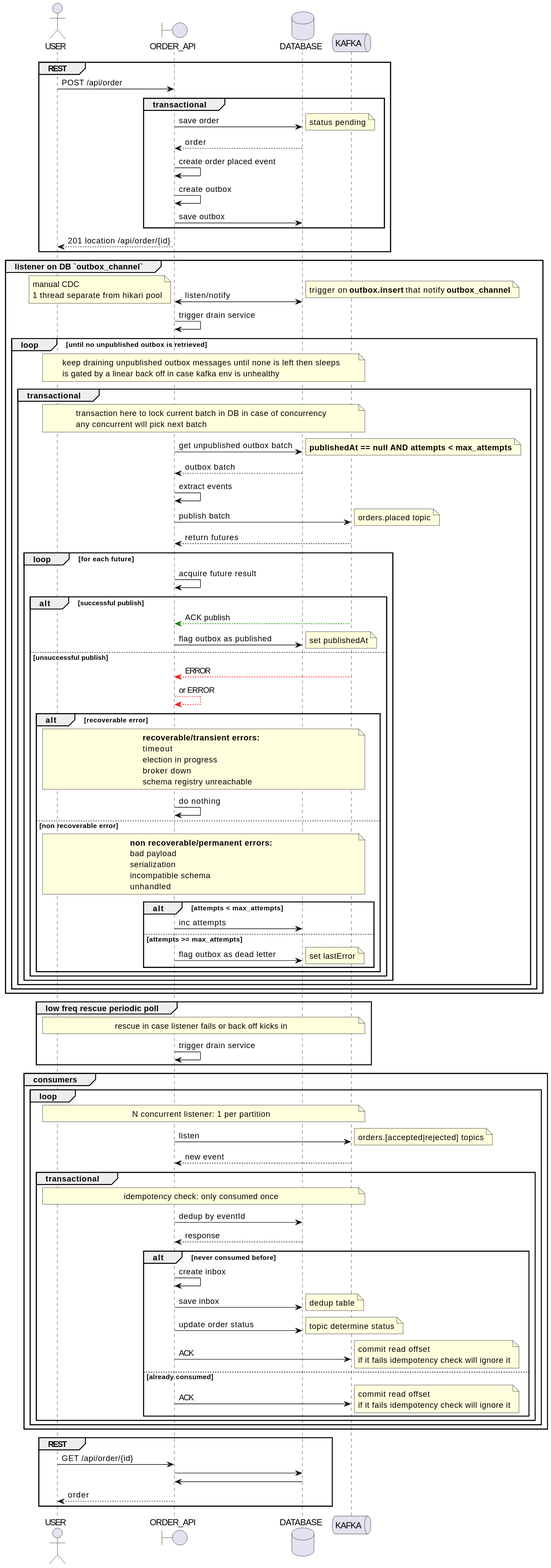
This is docs/order_api_seq.svg from 7mza/kafka-demo, a PlantUML export, as it was before one commit.
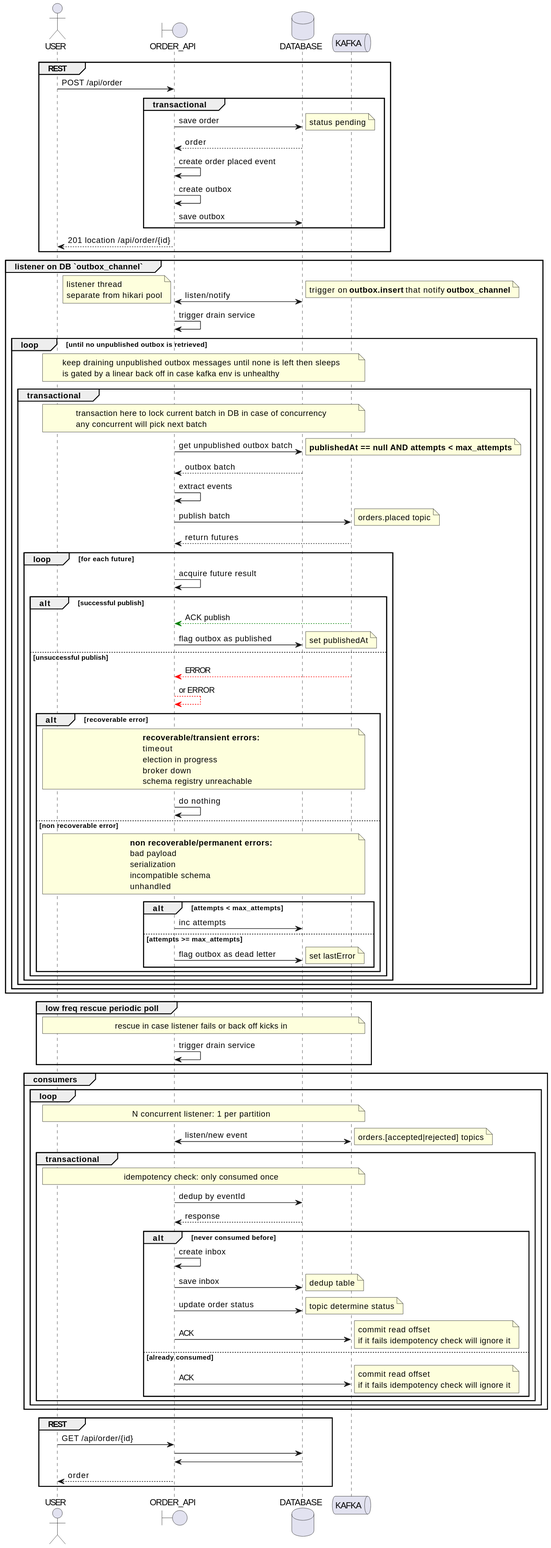
The same diagram one commit later.

Change to the diagram source:
```diff
@@ -19,7 +19,7 @@
 
 group listener on DB `outbox_channel`
     API <-> DB: listen/notify
-    note left: manual CDC\n1 thread separate from hikari pool
+    note left: listener thread\nseparate from hikari pool
     note right: trigger on **outbox.insert** that notify **outbox_channel**
     API -> API: trigger drain service
     loop until no unpublished outbox is retrieved
@@ -80,9 +80,8 @@
 group consumers
     loop
         note across: N concurrent listener: 1 per partition
-        API -> K: listen
+        API <-> K: listen/new event
         note right: orders.[accepted|rejected] topics
-        K --> API: new event
         group transactional
             note across: idempotency check: only consumed once
             API -> DB: dedup by eventId
```
